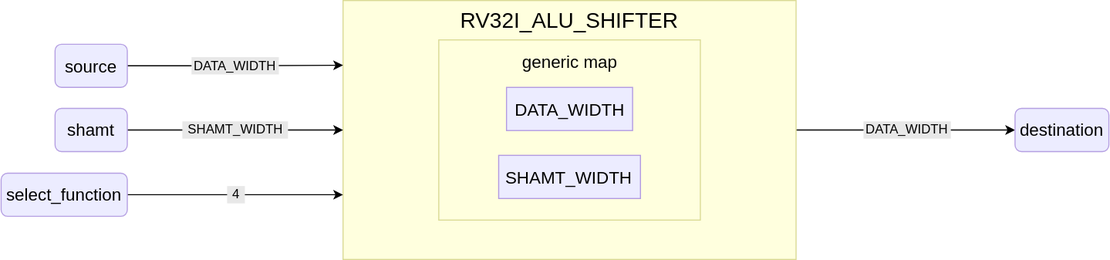
insper-riscv/core keeps this draw.io diagram as docs/public/images/reference/report_components/rv32i_alu_shifter.drawio.svg. Above is the earlier version. Source tidied: cells renumbered, new cells last; positions are measured from the earlier drawing's top-left corner, leaving out a move shared by most shapes. Its diagram source:
```xml
<mxGraphModel>
  <root>
    <mxCell id="0" />
    <mxCell id="1" parent="0" />
    <mxCell id="2" style="edgeStyle=orthogonalEdgeStyle;rounded=0;jettySize=auto;html=1;entryX=0;entryY=0.5;entryDx=0;entryDy=0;" parent="1" edge="1" source="3" target="10">
      <mxGeometry relative="1" as="geometry" />
    </mxCell>
    <mxCell id="3" value="RV32I_ALU_SHIFTER" style="rounded=0;whiteSpace=wrap;html=1;fillColor=#ffffde;strokeColor=#dada94;verticalAlign=top;fontSize=20;" parent="1" vertex="1">
      <mxGeometry x="317" width="420" height="240" as="geometry" />
    </mxCell>
    <mxCell id="4" value="&lt;span style=&quot;font-size: 16px;&quot;&gt;generic map&lt;/span&gt;" style="rounded=0;whiteSpace=wrap;html=1;fillColor=#ffffde;strokeColor=#dada94;verticalAlign=top;fontSize=20;" parent="1" vertex="1">
      <mxGeometry x="405.8" y="36.5" width="242.5" height="167" as="geometry" />
    </mxCell>
    <mxCell id="5" value="DATA_WIDTH" style="rounded=0;whiteSpace=wrap;html=1;fillColor=#ececff;strokeColor=#b29ae1;fontSize=16;" parent="1" vertex="1">
      <mxGeometry x="468.6" y="80.5" width="116.9" height="40" as="geometry" />
    </mxCell>
    <mxCell id="6" style="edgeStyle=orthogonalEdgeStyle;rounded=0;jettySize=auto;html=1;entryX=0;entryY=0.25;entryDx=0;entryDy=0;strokeWidth=1;" parent="1" edge="1" source="7" target="3">
      <mxGeometry relative="1" as="geometry" />
    </mxCell>
    <mxCell id="7" value="source" style="rounded=1;whiteSpace=wrap;html=1;fillColor=#ececff;strokeColor=#b59fe2;fontSize=16;" parent="1" vertex="1">
      <mxGeometry x="50" y="40.5" width="67" height="40" as="geometry" />
    </mxCell>
    <mxCell id="8" style="edgeStyle=orthogonalEdgeStyle;rounded=0;jettySize=auto;html=1;entryX=0;entryY=0.5;entryDx=0;entryDy=0;" parent="1" edge="1" source="9" target="3">
      <mxGeometry relative="1" as="geometry" />
    </mxCell>
    <mxCell id="9" value="shamt" style="rounded=1;whiteSpace=wrap;html=1;fillColor=#ececff;strokeColor=#b59fe2;fontSize=16;" parent="1" vertex="1">
      <mxGeometry x="50" y="100" width="67" height="40" as="geometry" />
    </mxCell>
    <mxCell id="10" value="destination" style="rounded=1;whiteSpace=wrap;html=1;fillColor=#ececff;strokeColor=#b59fe2;fontSize=16;" parent="1" vertex="1">
      <mxGeometry x="940" y="100" width="87" height="40" as="geometry" />
    </mxCell>
    <mxCell id="11" value="DATA_WIDTH" style="rounded=0;whiteSpace=wrap;html=1;fillColor=#e8e8e8;strokeColor=#e8e8e8;" parent="1" vertex="1">
      <mxGeometry x="177" y="53" width="80" height="15" as="geometry" />
    </mxCell>
    <mxCell id="12" value="SHAMT_WIDTH" style="rounded=0;whiteSpace=wrap;html=1;fillColor=#e8e8e8;strokeColor=#e8e8e8;" parent="1" vertex="1">
      <mxGeometry x="168.5" y="112.5" width="97" height="15" as="geometry" />
    </mxCell>
    <mxCell id="13" value="DATA_WIDTH" style="rounded=0;whiteSpace=wrap;html=1;fillColor=#e8e8e8;strokeColor=#e8e8e8;" parent="1" vertex="1">
      <mxGeometry x="800" y="112.5" width="80" height="15" as="geometry" />
    </mxCell>
    <mxCell id="14" style="edgeStyle=orthogonalEdgeStyle;rounded=0;jettySize=auto;html=1;entryX=0;entryY=0.75;entryDx=0;entryDy=0;" parent="1" edge="1" source="15" target="3">
      <mxGeometry relative="1" as="geometry" />
    </mxCell>
    <mxCell id="15" value="select_function" style="rounded=1;whiteSpace=wrap;html=1;fillColor=#ececff;strokeColor=#b59fe2;fontSize=16;" parent="1" vertex="1">
      <mxGeometry y="160" width="117" height="40" as="geometry" />
    </mxCell>
    <mxCell id="16" value="SHAMT_WIDTH" style="rounded=0;whiteSpace=wrap;html=1;fillColor=#ececff;strokeColor=#b29ae1;fontSize=16;" parent="1" vertex="1">
      <mxGeometry x="461.3" y="143.5" width="131.4" height="40" as="geometry" />
    </mxCell>
    <mxCell id="17" value="4" style="rounded=0;whiteSpace=wrap;html=1;fillColor=#e8e8e8;strokeColor=#e8e8e8;" parent="1" vertex="1">
      <mxGeometry x="210" y="172.5" width="15.5" height="15" as="geometry" />
    </mxCell>
  </root>
</mxGraphModel>
```
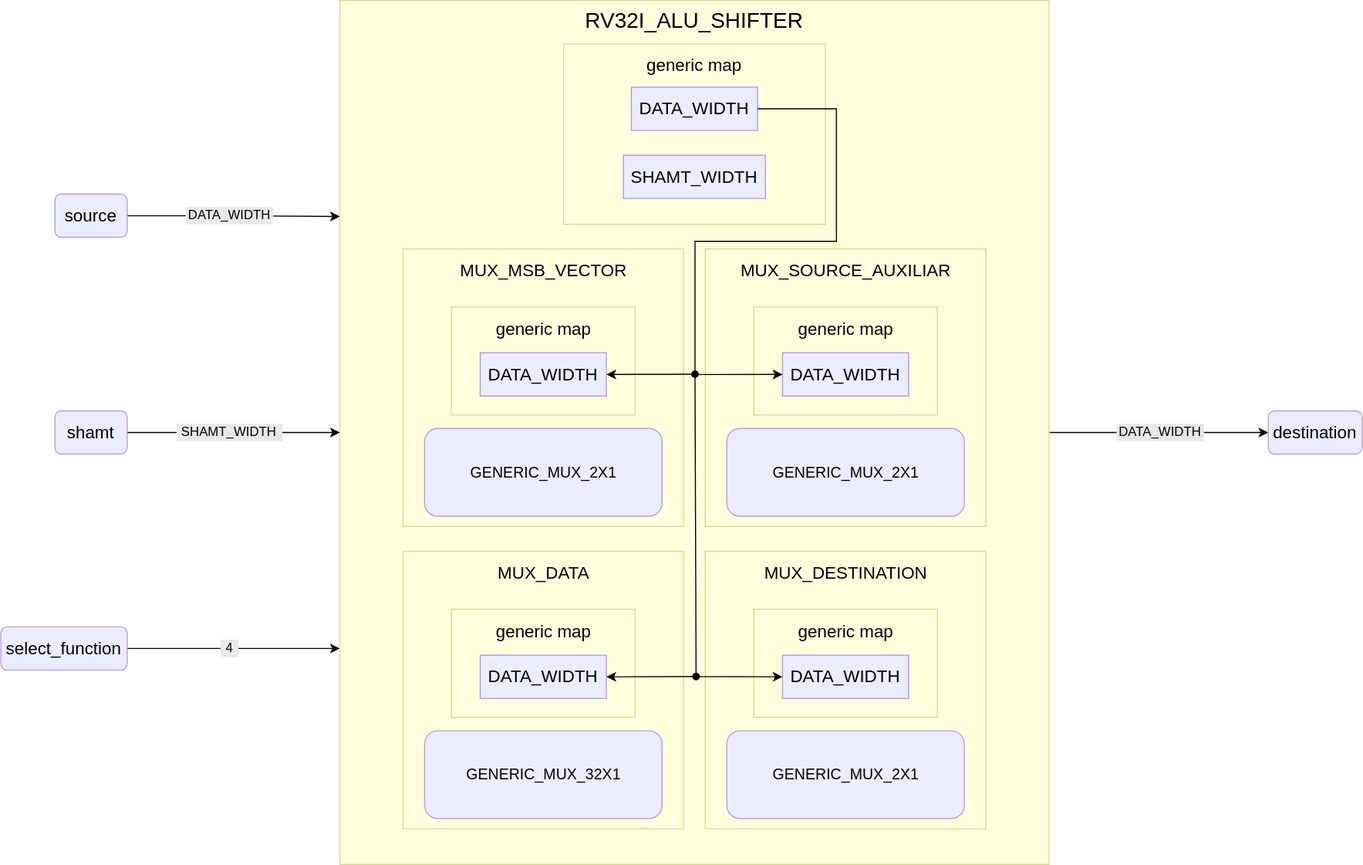
Later version of the same file.

The edit, as a diff of the source:
```diff
@@ -6,49 +6,125 @@
       <mxGeometry relative="1" as="geometry" />
     </mxCell>
     <mxCell id="3" value="RV32I_ALU_SHIFTER" style="rounded=0;whiteSpace=wrap;html=1;fillColor=#ffffde;strokeColor=#dada94;verticalAlign=top;fontSize=20;" parent="1" vertex="1">
-      <mxGeometry x="317" width="420" height="240" as="geometry" />
+      <mxGeometry x="80" width="657" height="800" as="geometry" />
     </mxCell>
     <mxCell id="4" value="&lt;span style=&quot;font-size: 16px;&quot;&gt;generic map&lt;/span&gt;" style="rounded=0;whiteSpace=wrap;html=1;fillColor=#ffffde;strokeColor=#dada94;verticalAlign=top;fontSize=20;" parent="1" vertex="1">
-      <mxGeometry x="405.8" y="36.5" width="242.5" height="167" as="geometry" />
+      <mxGeometry x="287.2" y="40.2" width="242.5" height="167" as="geometry" />
     </mxCell>
     <mxCell id="5" value="DATA_WIDTH" style="rounded=0;whiteSpace=wrap;html=1;fillColor=#ececff;strokeColor=#b29ae1;fontSize=16;" parent="1" vertex="1">
-      <mxGeometry x="468.6" y="80.5" width="116.9" height="40" as="geometry" />
+      <mxGeometry x="350.1" y="80.2" width="116.9" height="40" as="geometry" />
     </mxCell>
     <mxCell id="6" style="edgeStyle=orthogonalEdgeStyle;rounded=0;jettySize=auto;html=1;entryX=0;entryY=0.25;entryDx=0;entryDy=0;strokeWidth=1;" parent="1" edge="1" source="7" target="3">
       <mxGeometry relative="1" as="geometry" />
     </mxCell>
     <mxCell id="7" value="source" style="rounded=1;whiteSpace=wrap;html=1;fillColor=#ececff;strokeColor=#b59fe2;fontSize=16;" parent="1" vertex="1">
-      <mxGeometry x="50" y="40.5" width="67" height="40" as="geometry" />
+      <mxGeometry x="-184" y="179.2" width="67" height="40" as="geometry" />
     </mxCell>
     <mxCell id="8" style="edgeStyle=orthogonalEdgeStyle;rounded=0;jettySize=auto;html=1;entryX=0;entryY=0.5;entryDx=0;entryDy=0;" parent="1" edge="1" source="9" target="3">
       <mxGeometry relative="1" as="geometry" />
     </mxCell>
     <mxCell id="9" value="shamt" style="rounded=1;whiteSpace=wrap;html=1;fillColor=#ececff;strokeColor=#b59fe2;fontSize=16;" parent="1" vertex="1">
-      <mxGeometry x="50" y="100" width="67" height="40" as="geometry" />
+      <mxGeometry x="-184" y="380" width="67" height="40" as="geometry" />
     </mxCell>
     <mxCell id="10" value="destination" style="rounded=1;whiteSpace=wrap;html=1;fillColor=#ececff;strokeColor=#b59fe2;fontSize=16;" parent="1" vertex="1">
-      <mxGeometry x="940" y="100" width="87" height="40" as="geometry" />
+      <mxGeometry x="940" y="380" width="87" height="40" as="geometry" />
     </mxCell>
     <mxCell id="11" value="DATA_WIDTH" style="rounded=0;whiteSpace=wrap;html=1;fillColor=#e8e8e8;strokeColor=#e8e8e8;" parent="1" vertex="1">
-      <mxGeometry x="177" y="53" width="80" height="15" as="geometry" />
+      <mxGeometry x="-62.2" y="191.8" width="80" height="15" as="geometry" />
     </mxCell>
     <mxCell id="12" value="SHAMT_WIDTH" style="rounded=0;whiteSpace=wrap;html=1;fillColor=#e8e8e8;strokeColor=#e8e8e8;" parent="1" vertex="1">
-      <mxGeometry x="168.5" y="112.5" width="97" height="15" as="geometry" />
+      <mxGeometry x="-70.8" y="392.5" width="97" height="15" as="geometry" />
     </mxCell>
     <mxCell id="13" value="DATA_WIDTH" style="rounded=0;whiteSpace=wrap;html=1;fillColor=#e8e8e8;strokeColor=#e8e8e8;" parent="1" vertex="1">
-      <mxGeometry x="800" y="112.5" width="80" height="15" as="geometry" />
+      <mxGeometry x="800" y="392.5" width="80" height="15" as="geometry" />
     </mxCell>
     <mxCell id="14" style="edgeStyle=orthogonalEdgeStyle;rounded=0;jettySize=auto;html=1;entryX=0;entryY=0.75;entryDx=0;entryDy=0;" parent="1" edge="1" source="15" target="3">
       <mxGeometry relative="1" as="geometry" />
     </mxCell>
     <mxCell id="15" value="select_function" style="rounded=1;whiteSpace=wrap;html=1;fillColor=#ececff;strokeColor=#b59fe2;fontSize=16;" parent="1" vertex="1">
-      <mxGeometry y="160" width="117" height="40" as="geometry" />
+      <mxGeometry x="-234" y="580" width="117" height="40" as="geometry" />
     </mxCell>
     <mxCell id="16" value="SHAMT_WIDTH" style="rounded=0;whiteSpace=wrap;html=1;fillColor=#ececff;strokeColor=#b29ae1;fontSize=16;" parent="1" vertex="1">
-      <mxGeometry x="461.3" y="143.5" width="131.4" height="40" as="geometry" />
+      <mxGeometry x="342.8" y="143.2" width="131.4" height="40" as="geometry" />
     </mxCell>
     <mxCell id="17" value="4" style="rounded=0;whiteSpace=wrap;html=1;fillColor=#e8e8e8;strokeColor=#e8e8e8;" parent="1" vertex="1">
-      <mxGeometry x="210" y="172.5" width="15.5" height="15" as="geometry" />
+      <mxGeometry x="-30" y="592.5" width="15.5" height="15" as="geometry" />
     </mxCell>
+    <mxCell id="18" value="&lt;span style=&quot;font-size: 16px;&quot;&gt;MUX_MSB_VECTOR&lt;/span&gt;" style="rounded=0;whiteSpace=wrap;html=1;fillColor=#ffffde;strokeColor=#dada94;verticalAlign=top;fontSize=20;" parent="1" vertex="1">
+      <mxGeometry x="138.5" y="230" width="260" height="257" as="geometry" />
+    </mxCell>
+    <mxCell id="19" value="GENERIC_MUX_2X1" style="rounded=1;whiteSpace=wrap;html=1;fillColor=#ececff;strokeColor=#b59fe2;fontSize=14;" parent="1" vertex="1">
+      <mxGeometry x="158.5" y="396.2" width="220" height="81.2" as="geometry" />
+    </mxCell>
+    <mxCell id="20" value="&lt;span style=&quot;font-size: 16px;&quot;&gt;generic map&lt;/span&gt;" style="rounded=0;whiteSpace=wrap;html=1;fillColor=#ffffde;strokeColor=#dada94;verticalAlign=top;fontSize=20;" parent="1" vertex="1">
+      <mxGeometry x="183.5" y="283.8" width="170" height="100" as="geometry" />
+    </mxCell>
+    <mxCell id="21" value="DATA_WIDTH" style="rounded=0;whiteSpace=wrap;html=1;fillColor=#ececff;strokeColor=#b29ae1;fontSize=16;" parent="1" vertex="1">
+      <mxGeometry x="210.1" y="326.2" width="116.9" height="40" as="geometry" />
+    </mxCell>
+    <mxCell id="22" value="&lt;span style=&quot;font-size: 16px;&quot;&gt;MUX_SOURCE_AUXILIAR&lt;/span&gt;" style="rounded=0;whiteSpace=wrap;html=1;fillColor=#ffffde;strokeColor=#dada94;verticalAlign=top;fontSize=20;" parent="1" vertex="1">
+      <mxGeometry x="418.5" y="230" width="260" height="257" as="geometry" />
+    </mxCell>
+    <mxCell id="23" value="GENERIC_MUX_2X1" style="rounded=1;whiteSpace=wrap;html=1;fillColor=#ececff;strokeColor=#b59fe2;fontSize=14;" parent="1" vertex="1">
+      <mxGeometry x="438.5" y="396.2" width="220" height="81.2" as="geometry" />
+    </mxCell>
+    <mxCell id="24" value="&lt;span style=&quot;font-size: 16px;&quot;&gt;generic map&lt;/span&gt;" style="rounded=0;whiteSpace=wrap;html=1;fillColor=#ffffde;strokeColor=#dada94;verticalAlign=top;fontSize=20;" parent="1" vertex="1">
+      <mxGeometry x="463.5" y="283.8" width="170" height="100" as="geometry" />
+    </mxCell>
+    <mxCell id="25" value="DATA_WIDTH" style="rounded=0;whiteSpace=wrap;html=1;fillColor=#ececff;strokeColor=#b29ae1;fontSize=16;" parent="1" vertex="1">
+      <mxGeometry x="490.1" y="326.2" width="116.9" height="40" as="geometry" />
+    </mxCell>
+    <mxCell id="26" value="&lt;span style=&quot;font-size: 16px;&quot;&gt;MUX_DATA&lt;/span&gt;" style="rounded=0;whiteSpace=wrap;html=1;fillColor=#ffffde;strokeColor=#dada94;verticalAlign=top;fontSize=20;" parent="1" vertex="1">
+      <mxGeometry x="138.5" y="510" width="260" height="257" as="geometry" />
+    </mxCell>
+    <mxCell id="27" value="GENERIC_MUX_32X1" style="rounded=1;whiteSpace=wrap;html=1;fillColor=#ececff;strokeColor=#b59fe2;fontSize=14;" parent="1" vertex="1">
+      <mxGeometry x="158.5" y="676.2" width="220" height="81.2" as="geometry" />
+    </mxCell>
+    <mxCell id="28" value="&lt;span style=&quot;font-size: 16px;&quot;&gt;generic map&lt;/span&gt;" style="rounded=0;whiteSpace=wrap;html=1;fillColor=#ffffde;strokeColor=#dada94;verticalAlign=top;fontSize=20;" parent="1" vertex="1">
+      <mxGeometry x="183.5" y="563.8" width="170" height="100" as="geometry" />
+    </mxCell>
+    <mxCell id="29" value="DATA_WIDTH" style="rounded=0;whiteSpace=wrap;html=1;fillColor=#ececff;strokeColor=#b29ae1;fontSize=16;" parent="1" vertex="1">
+      <mxGeometry x="210.1" y="606.2" width="116.9" height="40" as="geometry" />
+    </mxCell>
+    <mxCell id="30" value="&lt;span style=&quot;font-size: 16px;&quot;&gt;MUX_DESTINATION&lt;/span&gt;" style="rounded=0;whiteSpace=wrap;html=1;fillColor=#ffffde;strokeColor=#dada94;verticalAlign=top;fontSize=20;" parent="1" vertex="1">
+      <mxGeometry x="418.5" y="510" width="260" height="257" as="geometry" />
+    </mxCell>
+    <mxCell id="31" value="GENERIC_MUX_2X1" style="rounded=1;whiteSpace=wrap;html=1;fillColor=#ececff;strokeColor=#b59fe2;fontSize=14;" parent="1" vertex="1">
+      <mxGeometry x="438.5" y="676.2" width="220" height="81.2" as="geometry" />
+    </mxCell>
+    <mxCell id="32" value="&lt;span style=&quot;font-size: 16px;&quot;&gt;generic map&lt;/span&gt;" style="rounded=0;whiteSpace=wrap;html=1;fillColor=#ffffde;strokeColor=#dada94;verticalAlign=top;fontSize=20;" parent="1" vertex="1">
+      <mxGeometry x="463.5" y="563.8" width="170" height="100" as="geometry" />
+    </mxCell>
+    <mxCell id="33" value="DATA_WIDTH" style="rounded=0;whiteSpace=wrap;html=1;fillColor=#ececff;strokeColor=#b29ae1;fontSize=16;" parent="1" vertex="1">
+      <mxGeometry x="490.1" y="606.2" width="116.9" height="40" as="geometry" />
+    </mxCell>
+    <mxCell id="34" style="edgeStyle=orthogonalEdgeStyle;rounded=0;jettySize=auto;html=1;entryX=0;entryY=0.5;entryDx=0;entryDy=0;" parent="1" edge="1" source="5" target="25">
+      <mxGeometry relative="1" as="geometry">
+        <Array as="points">
+          <mxPoint x="540" y="100" />
+          <mxPoint x="540" y="223" />
+          <mxPoint x="409" y="223" />
+          <mxPoint x="409" y="346" />
+        </Array>
+      </mxGeometry>
+    </mxCell>
+    <mxCell id="35" style="endArrow=classic;html=1;rounded=0;startArrow=oval;startFill=1;entryX=1;entryY=0.5;entryDx=0;entryDy=0;" parent="1" edge="1" target="21">
+      <mxGeometry relative="1" as="geometry">
+        <mxPoint x="409" y="346" as="sourcePoint" />
+      </mxGeometry>
+    </mxCell>
+    <mxCell id="36" style="endArrow=classic;html=1;rounded=0;entryX=0;entryY=0.5;entryDx=0;entryDy=0;" parent="1" edge="1" target="33">
+      <mxGeometry relative="1" as="geometry">
+        <mxPoint x="409" y="346" as="sourcePoint" />
+        <Array as="points">
+          <mxPoint x="410" y="626" />
+        </Array>
+      </mxGeometry>
+    </mxCell>
+    <mxCell id="37" style="endArrow=classic;html=1;rounded=0;startArrow=oval;startFill=1;entryX=1;entryY=0.5;entryDx=0;entryDy=0;" parent="1" edge="1" target="29">
+      <mxGeometry relative="1" as="geometry">
+        <mxPoint x="410" y="626" as="sourcePoint" />
+      </mxGeometry>
+    </mxCell>
   </root>
 </mxGraphModel>
```
